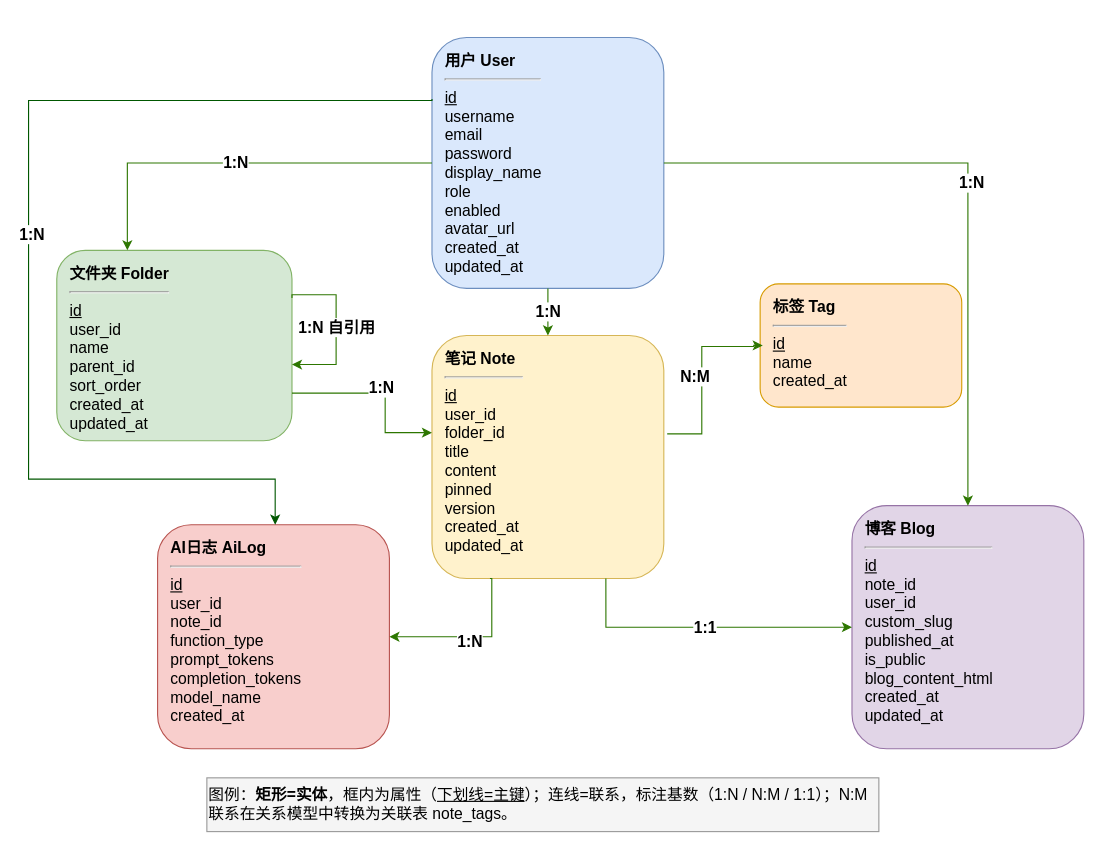
SeekLife0/diagrams keeps this draw.io diagram as E-R图.drawio. Above is the earlier version. Source tidied: cells renumbered, new cells numbered last; positions are measured from the earlier drawing's top-left corner, leaving out a move shared by most shapes. Both pictures are drawn from the tidied source at 112%, with x=0, y=0 at pixel (28, 37).
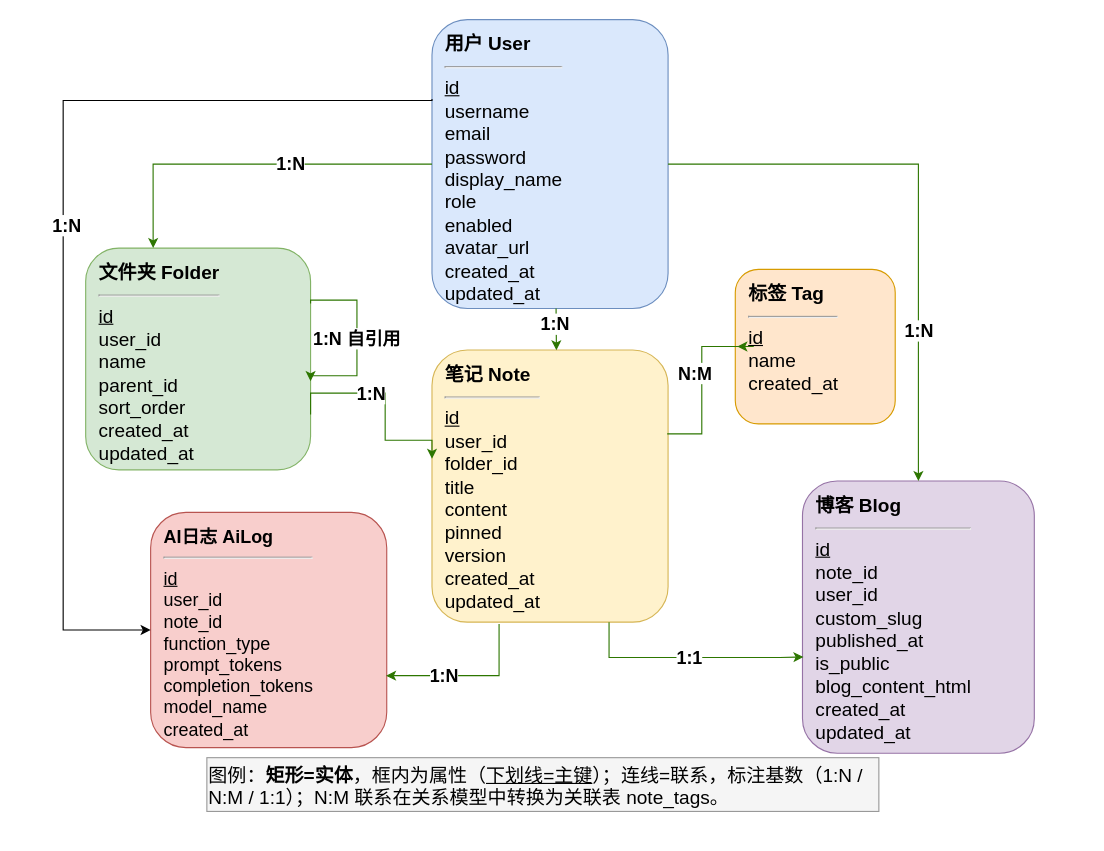
The same diagram, later.

Diff of the diagram source:
```diff
@@
-    <mxCell id="2" value="&lt;b&gt;用户 User&lt;/b&gt;&lt;br&gt;&lt;hr&gt;&lt;u&gt;id&lt;/u&gt;&lt;br&gt;username&lt;br&gt;email&lt;br&gt;password&lt;br&gt;display_name&lt;br&gt;role&lt;br&gt;enabled&lt;br&gt;avatar_url&lt;br&gt;created_at&lt;br&gt;updated_at" style="rounded=1;whiteSpace=wrap;html=1;fillColor=#dae8fc;strokeColor=#6c8ebf;verticalAlign=top;align=left;spacingLeft=10;spacingTop=6;fontSize=14;" parent="1" vertex="1">
-      <mxGeometry x="360.2" width="207" height="224" as="geometry" />
+    <mxCell id="2" value="&lt;b&gt;用户 User&lt;/b&gt;&lt;br&gt;&lt;hr&gt;&lt;u&gt;id&lt;/u&gt;&lt;br&gt;username&lt;br&gt;email&lt;br&gt;password&lt;br&gt;display_name&lt;br&gt;role&lt;br&gt;enabled&lt;br&gt;avatar_url&lt;br&gt;created_at&lt;br&gt;updated_at" style="rounded=1;whiteSpace=wrap;html=1;fillColor=#dae8fc;strokeColor=#6c8ebf;verticalAlign=top;align=left;spacingLeft=10;spacingTop=6;fontSize=17;" parent="1" vertex="1">
+      <mxGeometry x="360.2" y="-16" width="210.8" height="258" as="geometry" />
     </mxCell>
-    <mxCell id="3" value="&lt;b&gt;文件夹 Folder&lt;/b&gt;&lt;br&gt;&lt;hr&gt;&lt;u&gt;id&lt;/u&gt;&lt;br&gt;user_id&lt;br&gt;name&lt;br&gt;parent_id&lt;br&gt;sort_order&lt;br&gt;created_at&lt;br&gt;updated_at" style="rounded=1;whiteSpace=wrap;html=1;fillColor=#d5e8d4;strokeColor=#82b366;verticalAlign=top;align=left;spacingLeft=10;spacingTop=6;fontSize=14;" parent="1" vertex="1">
-      <mxGeometry x="25.2" y="190" width="210" height="170" as="geometry" />
+    <mxCell id="3" value="&lt;b&gt;文件夹 Folder&lt;/b&gt;&lt;br&gt;&lt;hr&gt;&lt;u&gt;id&lt;/u&gt;&lt;br&gt;user_id&lt;br&gt;name&lt;br&gt;parent_id&lt;br&gt;sort_order&lt;br&gt;created_at&lt;br&gt;updated_at" style="rounded=1;whiteSpace=wrap;html=1;fillColor=#d5e8d4;strokeColor=#82b366;verticalAlign=top;align=left;spacingLeft=10;spacingTop=6;fontSize=17;" parent="1" vertex="1">
+      <mxGeometry x="51" y="188" width="200.8" height="198" as="geometry" />
     </mxCell>
-    <mxCell id="4" value="&lt;b&gt;笔记 Note&lt;/b&gt;&lt;br&gt;&lt;hr&gt;&lt;u&gt;id&lt;/u&gt;&lt;br&gt;user_id&lt;br&gt;folder_id&lt;br&gt;title&lt;br&gt;content&lt;br&gt;pinned&lt;br&gt;version&lt;br&gt;created_at&lt;br&gt;updated_at" style="rounded=1;whiteSpace=wrap;html=1;fillColor=#fff2cc;strokeColor=#d6b656;verticalAlign=top;align=left;spacingLeft=10;spacingTop=6;fontSize=14;" parent="1" vertex="1">
-      <mxGeometry x="360.2" y="266" width="207" height="217" as="geometry" />
+    <mxCell id="4" value="&lt;b&gt;笔记 Note&lt;/b&gt;&lt;br&gt;&lt;hr&gt;&lt;u&gt;id&lt;/u&gt;&lt;br&gt;user_id&lt;br&gt;folder_id&lt;br&gt;title&lt;br&gt;content&lt;br&gt;pinned&lt;br&gt;version&lt;br&gt;created_at&lt;br&gt;updated_at" style="rounded=1;whiteSpace=wrap;html=1;fillColor=#fff2cc;strokeColor=#d6b656;verticalAlign=top;align=left;spacingLeft=10;spacingTop=6;fontSize=17;" parent="1" vertex="1">
+      <mxGeometry x="360.2" y="279" width="210.8" height="243" as="geometry" />
     </mxCell>
-    <mxCell id="5" value="&lt;b&gt;标签 Tag&lt;/b&gt;&lt;br&gt;&lt;hr&gt;&lt;u&gt;id&lt;/u&gt;&lt;br&gt;name&lt;br&gt;created_at" style="rounded=1;whiteSpace=wrap;html=1;fillColor=#ffe6cc;strokeColor=#d79b00;verticalAlign=top;align=left;spacingLeft=10;spacingTop=6;fontSize=14;" parent="1" vertex="1">
-      <mxGeometry x="653.2" y="220" width="180" height="110" as="geometry" />
+    <mxCell id="5" value="&lt;b&gt;标签 Tag&lt;/b&gt;&lt;br&gt;&lt;hr&gt;&lt;u&gt;id&lt;/u&gt;&lt;br&gt;name&lt;br&gt;created_at" style="rounded=1;whiteSpace=wrap;html=1;fillColor=#ffe6cc;strokeColor=#d79b00;verticalAlign=top;align=left;spacingLeft=10;spacingTop=6;fontSize=17;" parent="1" vertex="1">
+      <mxGeometry x="631" y="207" width="142.8" height="138" as="geometry" />
     </mxCell>
-    <mxCell id="6" value="&lt;b&gt;博客 Blog&lt;/b&gt;&lt;br&gt;&lt;hr&gt;&lt;u&gt;id&lt;/u&gt;&lt;br&gt;note_id&lt;br&gt;user_id&lt;br&gt;custom_slug&lt;br&gt;published_at&lt;br&gt;is_public&lt;br&gt;blog_content_html&lt;br&gt;created_at&lt;br&gt;updated_at" style="rounded=1;whiteSpace=wrap;html=1;fillColor=#e1d5e7;strokeColor=#9673a6;verticalAlign=top;align=left;spacingLeft=10;spacingTop=6;fontSize=14;" parent="1" vertex="1">
-      <mxGeometry x="735.2" y="418" width="207" height="217" as="geometry" />
+    <mxCell id="6" value="&lt;b&gt;博客 Blog&lt;/b&gt;&lt;br&gt;&lt;hr&gt;&lt;u&gt;id&lt;/u&gt;&lt;br&gt;note_id&lt;br&gt;user_id&lt;br&gt;custom_slug&lt;br&gt;published_at&lt;br&gt;is_public&lt;br&gt;blog_content_html&lt;br&gt;created_at&lt;br&gt;updated_at" style="rounded=1;whiteSpace=wrap;html=1;fillColor=#e1d5e7;strokeColor=#9673a6;verticalAlign=top;align=left;spacingLeft=10;spacingTop=6;fontSize=17;" parent="1" vertex="1">
+      <mxGeometry x="691" y="396" width="207" height="243" as="geometry" />
     </mxCell>
-    <mxCell id="7" value="&lt;b&gt;AI日志 AiLog&lt;/b&gt;&lt;br&gt;&lt;hr&gt;&lt;u&gt;id&lt;/u&gt;&lt;br&gt;user_id&lt;br&gt;note_id&lt;br&gt;function_type&lt;br&gt;prompt_tokens&lt;br&gt;completion_tokens&lt;br&gt;model_name&lt;br&gt;created_at" style="rounded=1;whiteSpace=wrap;html=1;fillColor=#f8cecc;strokeColor=#b85450;verticalAlign=top;align=left;spacingLeft=10;spacingTop=6;fontSize=14;" parent="1" vertex="1">
-      <mxGeometry x="115.2" y="435" width="207" height="200" as="geometry" />
+    <mxCell id="7" value="&lt;b&gt;AI日志 AiLog&lt;/b&gt;&lt;br&gt;&lt;hr&gt;&lt;u&gt;id&lt;/u&gt;&lt;br&gt;user_id&lt;br&gt;note_id&lt;br&gt;function_type&lt;br&gt;prompt_tokens&lt;br&gt;completion_tokens&lt;br&gt;model_name&lt;br&gt;created_at" style="rounded=1;whiteSpace=wrap;html=1;fillColor=#f8cecc;strokeColor=#b85450;verticalAlign=top;align=left;spacingLeft=10;spacingTop=6;fontSize=16;" parent="1" vertex="1">
+      <mxGeometry x="109" y="424" width="210.8" height="210" as="geometry" />
     </mxCell>
-    <mxCell id="8" value="1:N" style="edgeStyle=orthogonalEdgeStyle;rounded=0;jettySize=auto;html=1;fontStyle=1;fontSize=14;labelBackgroundColor=light-dark(#FFFFFF,#FFFFFF);exitX=0;exitY=0.5;exitDx=0;exitDy=0;entryX=0.3;entryY=0;entryDx=0;entryDy=0;fillColor=#60a917;strokeColor=#2D7600;fontColor=light-dark(#000000,#000000);" parent="1" edge="1" source="2" target="3">
-      <mxGeometry relative="1" as="geometry">
+    <mxCell id="8" value="1:N" style="edgeStyle=orthogonalEdgeStyle;rounded=0;jettySize=auto;html=1;fontStyle=1;fontSize=16;labelBackgroundColor=light-dark(#FFFFFF,#FFFFFF);exitX=0;exitY=0.5;exitDx=0;exitDy=0;entryX=0.3;entryY=0;entryDx=0;entryDy=0;fillColor=#60a917;strokeColor=light-dark(#2D7600,#000000);fontColor=light-dark(#000000,#000000);" parent="1" edge="1" source="2" target="3">
+      <mxGeometry x="-0.22" relative="1" as="geometry">
         <Array as="points">
-          <mxPoint x="88.2" y="112.1" />
+          <mxPoint x="360.2" y="112.1" />
+          <mxPoint x="111.2" y="112.1" />
         </Array>
       </mxGeometry>
     </mxCell>
-    <mxCell id="9" value="1:N" style="edgeStyle=orthogonalEdgeStyle;rounded=0;jettySize=auto;html=1;fontStyle=1;fontSize=14;labelBackgroundColor=light-dark(#FFFFFF,#FFFFFF);exitX=0.5;exitY=1;exitDx=0;exitDy=0;entryX=0.5;entryY=0;entryDx=0;entryDy=0;fillColor=#60a917;strokeColor=#2D7600;fontColor=light-dark(#000000,#000000);" parent="1" edge="1" source="2" target="4">
-      <mxGeometry relative="1" as="geometry">
+    <mxCell id="9" value="1:N" style="edgeStyle=orthogonalEdgeStyle;rounded=0;orthogonalLoop=1;jettySize=auto;html=1;fontStyle=1;fontSize=16;labelBackgroundColor=light-dark(#FFFFFF,#FFFFFF);fillColor=#60a917;strokeColor=light-dark(#2D7600,#000000);fontColor=light-dark(#000000,#000000);" parent="1" edge="1">
+      <mxGeometry x="-0.01" y="-1" relative="1" as="geometry">
+        <mxPoint x="471" y="251.1" as="sourcePoint" />
+        <mxPoint x="471.3" y="279.3" as="targetPoint" />
         <Array as="points">
-          <mxPoint x="463.7" y="230.4" />
-          <mxPoint x="463.7" y="230.4" />
+          <mxPoint x="471" y="242" />
         </Array>
       </mxGeometry>
     </mxCell>
-    <mxCell id="10" value="1:N" style="edgeStyle=orthogonalEdgeStyle;rounded=0;jettySize=auto;html=1;fontStyle=1;fontSize=14;labelBackgroundColor=light-dark(#FFFFFF,#FFFFFF);entryX=0.5;entryY=0;entryDx=0;entryDy=0;exitX=1;exitY=0.5;exitDx=0;exitDy=0;fillColor=#60a917;strokeColor=#2D7600;fontColor=light-dark(#000000,#000000);" parent="1" edge="1" source="2" target="6">
-      <mxGeometry y="3" relative="1" as="geometry" />
+    <mxCell id="10" value="1:N" style="edgeStyle=orthogonalEdgeStyle;rounded=0;jettySize=auto;html=1;fontStyle=1;fontSize=16;labelBackgroundColor=light-dark(#FFFFFF,#FFFFFF);entryX=0.5;entryY=0;entryDx=0;entryDy=0;exitX=1;exitY=0.5;exitDx=0;exitDy=0;fillColor=#60a917;strokeColor=light-dark(#2D7600,#000000);fontColor=light-dark(#000000,#000000);" parent="1" edge="1" source="2" target="6">
+      <mxGeometry x="0.47" relative="1" as="geometry" />
     </mxCell>
-    <mxCell id="11" value="1:N" style="edgeStyle=orthogonalEdgeStyle;rounded=0;orthogonalLoop=1;jettySize=auto;html=1;fontStyle=1;fontSize=14;labelBackgroundColor=light-dark(#FFFFFF,#FFFFFF);exitX=0;exitY=0.25;exitDx=0;exitDy=0;entryX=0.5;entryY=0;entryDx=0;entryDy=0;fillColor=#008a00;strokeColor=#005700;fontColor=light-dark(#000000,#000000);" parent="1" edge="1">
+    <mxCell id="11" value="1:N" style="edgeStyle=orthogonalEdgeStyle;rounded=0;jettySize=auto;html=1;fontStyle=1;fontSize=16;labelBackgroundColor=light-dark(#FFFFFF,#FFFFFF);exitX=0;exitY=0.25;exitDx=0;exitDy=0;fontColor=light-dark(#000000,#000000);strokeColor=light-dark(#000000,#000000);entryX=0;entryY=0.5;entryDx=0;entryDy=0;" parent="1" edge="1" target="7">
       <mxGeometry y="3" relative="1" as="geometry">
         <mxPoint x="360.2" y="55" as="sourcePoint" />
-        <mxPoint x="220.2" y="435" as="targetPoint" />
         <Array as="points">
           <mxPoint x="360.2" y="56.2" />
-          <mxPoint y="56.2" />
-          <mxPoint y="394.3" />
-          <mxPoint x="220.2" y="394.3" />
+          <mxPoint x="30.9" y="56.2" />
+          <mxPoint x="30.9" y="529" />
         </Array>
         <mxPoint y="1" as="offset" />
       </mxGeometry>
     </mxCell>
-    <mxCell id="12" value="1:N" style="edgeStyle=orthogonalEdgeStyle;rounded=0;jettySize=auto;html=1;fontStyle=1;fontSize=14;labelBackgroundColor=light-dark(#FFFFFF,#FFFFFF);exitX=1;exitY=0.75;exitDx=0;exitDy=0;entryX=0;entryY=0.4;entryDx=0;entryDy=0;fillColor=#60a917;strokeColor=#2D7600;fontColor=light-dark(#000000,#000000);" parent="1" edge="1" source="3" target="4">
-      <mxGeometry y="5" relative="1" as="geometry">
+    <mxCell id="12" value="1:N" style="edgeStyle=orthogonalEdgeStyle;rounded=0;jettySize=auto;html=1;fontStyle=1;fontSize=16;labelBackgroundColor=light-dark(#FFFFFF,#FFFFFF);exitX=1;exitY=0.75;exitDx=0;exitDy=0;entryX=0;entryY=0.4;entryDx=0;entryDy=0;fillColor=#60a917;strokeColor=light-dark(#2D7600,#000000);fontColor=light-dark(#000000,#000000);" parent="1" edge="1" source="3" target="4">
+      <mxGeometry x="-0.22" relative="1" as="geometry">
         <Array as="points">
+          <mxPoint x="251.8" y="317.5" />
           <mxPoint x="318.4" y="317.5" />
-          <mxPoint x="318.4" y="352.8" />
+          <mxPoint x="318.4" y="359.6" />
         </Array>
       </mxGeometry>
     </mxCell>
-    <mxCell id="13" value="N:M" style="edgeStyle=orthogonalEdgeStyle;rounded=0;jettySize=auto;html=1;fontStyle=1;fontSize=14;labelBackgroundColor=light-dark(#FFFFFF,#FFFFFF);entryX=0.013;entryY=0.499;entryDx=0;entryDy=0;entryPerimeter=0;fillColor=#60a917;strokeColor=#2D7600;fontColor=light-dark(#000000,#000000);" parent="1" edge="1" target="5">
+    <mxCell id="13" value="N:M" style="edgeStyle=orthogonalEdgeStyle;rounded=0;jettySize=auto;html=1;fontStyle=1;fontSize=16;labelBackgroundColor=light-dark(#FFFFFF,#FFFFFF);entryX=0.013;entryY=0.499;entryDx=0;entryDy=0;entryPerimeter=0;fillColor=#60a917;strokeColor=light-dark(#2D7600,#000000);fontColor=light-dark(#000000,#000000);" parent="1" edge="1" target="5">
       <mxGeometry x="-0.01" y="6" relative="1" as="geometry">
         <mxPoint x="570.2" y="353.9" as="sourcePoint" />
         <Array as="points">
           <mxPoint x="601.1" y="353.9" />
           <mxPoint x="601.1" y="275.9" />
           <mxPoint x="647.5" y="275.9" />
         </Array>
         <mxPoint y="-1" as="offset" />
       </mxGeometry>
     </mxCell>
-    <mxCell id="14" value="1:1" style="edgeStyle=orthogonalEdgeStyle;rounded=0;jettySize=auto;html=1;fontStyle=1;fontSize=14;labelBackgroundColor=light-dark(#FFFFFF,#FFFFFF);exitX=0.75;exitY=1;exitDx=0;exitDy=0;entryX=0;entryY=0.5;entryDx=0;entryDy=0;fillColor=#60a917;strokeColor=#2D7600;fontColor=light-dark(#000000,#000000);" parent="1" edge="1" source="4" target="6">
+    <mxCell id="14" value="1:1" style="edgeStyle=orthogonalEdgeStyle;rounded=0;jettySize=auto;html=1;fontStyle=1;fontSize=16;labelBackgroundColor=light-dark(#FFFFFF,#FFFFFF);exitX=0.75;exitY=1;exitDx=0;exitDy=0;fillColor=#60a917;strokeColor=light-dark(#2D7600,#000000);fontColor=light-dark(#000000,#000000);" parent="1" edge="1" source="4">
       <mxGeometry relative="1" as="geometry">
+        <mxPoint x="691.9" y="553" as="targetPoint" />
         <Array as="points">
-          <mxPoint x="515.5" y="526.5" />
+          <mxPoint x="518.3" y="553.6" />
+          <mxPoint x="670.9" y="553.6" />
+          <mxPoint x="691" y="553" />
         </Array>
       </mxGeometry>
     </mxCell>
-    <mxCell id="15" value="1:N" style="edgeStyle=orthogonalEdgeStyle;rounded=0;jettySize=auto;html=1;fontStyle=1;fontSize=14;labelBackgroundColor=light-dark(#FFFFFF,#FFFFFF);exitX=0.25;exitY=1;exitDx=0;exitDy=0;entryX=1;entryY=0.5;entryDx=0;entryDy=0;fillColor=#60a917;strokeColor=#2D7600;fontColor=light-dark(#000000,#000000);" parent="1" edge="1" source="4" target="7">
-      <mxGeometry x="0.01" y="5" relative="1" as="geometry">
+    <mxCell id="15" value="1:N" style="edgeStyle=orthogonalEdgeStyle;rounded=0;jettySize=auto;html=1;fontStyle=1;fontSize=16;labelBackgroundColor=light-dark(#FFFFFF,#FFFFFF);fillColor=#60a917;strokeColor=light-dark(#2D7600,#000000);fontColor=light-dark(#000000,#000000);entryX=0.997;entryY=0.694;entryDx=0;entryDy=0;entryPerimeter=0;" parent="1" edge="1" target="7">
+      <mxGeometry x="0.29" relative="1" as="geometry">
+        <mxPoint x="420.1" y="523.7" as="sourcePoint" />
         <Array as="points">
-          <mxPoint x="413.6" y="483" />
-          <mxPoint x="413.6" y="535" />
+          <mxPoint x="420.1" y="569.7" />
         </Array>
       </mxGeometry>
     </mxCell>
-    <mxCell id="16" value="1:N 自引用" style="edgeStyle=orthogonalEdgeStyle;rounded=0;orthogonalLoop=1;jettySize=auto;html=1;fontStyle=1;fontSize=14;labelBackgroundColor=light-dark(#FFFFFF,#FFFFFF);exitX=1;exitY=0.25;exitDx=0;exitDy=0;entryX=1;entryY=0.6;entryDx=0;entryDy=0;innerLoopWaypoints=1;fillColor=#60a917;strokeColor=#2D7600;fontColor=light-dark(#000000,#000000);" parent="1" edge="1" source="3" target="3">
+    <mxCell id="16" value="1:N 自引用" style="edgeStyle=orthogonalEdgeStyle;rounded=0;orthogonalLoop=1;jettySize=auto;html=1;fontStyle=1;fontSize=16;labelBackgroundColor=light-dark(#FFFFFF,#FFFFFF);exitX=1;exitY=0.25;exitDx=0;exitDy=0;entryX=1;entryY=0.6;entryDx=0;entryDy=0;innerLoopWaypoints=1;fillColor=#60a917;strokeColor=light-dark(#2D7600,#000000);fontColor=light-dark(#000000,#000000);" parent="1" edge="1" source="3" target="3">
       <mxGeometry relative="1" as="geometry">
         <Array as="points">
-          <mxPoint x="235.2" y="229.7" />
-          <mxPoint x="274.6" y="229.7" />
-          <mxPoint x="274.6" y="292" />
+          <mxPoint x="251.8" y="234.5" />
+          <mxPoint x="293.2" y="234.5" />
+          <mxPoint x="293.2" y="302" />
         </Array>
       </mxGeometry>
     </mxCell>
-    <mxCell id="17" value="图例：&lt;b&gt;矩形=实体&lt;/b&gt;，框内为属性（&lt;u&gt;下划线=主键&lt;/u&gt;）；连线=联系，标注基数（1:N / N:M / 1:1）；N:M 联系在关系模型中转换为关联表 note_tags。" style="text;html=1;align=left;verticalAlign=top;whiteSpace=wrap;rounded=0;fontSize=14;fillColor=#f5f5f5;strokeColor=#999999;" parent="1" vertex="1">
-      <mxGeometry x="159.2" y="661" width="600" height="48" as="geometry" />
+    <mxCell id="17" value="图例：&lt;b&gt;矩形=实体&lt;/b&gt;，框内为属性（&lt;u&gt;下划线=主键&lt;/u&gt;）；连线=联系，标注基数（1:N / N:M / 1:1）；N:M 联系在关系模型中转换为关联表 note_tags。" style="text;html=1;align=left;verticalAlign=top;whiteSpace=wrap;rounded=0;fontSize=17;fillColor=#f5f5f5;strokeColor=#999999;" parent="1" vertex="1">
+      <mxGeometry x="159.2" y="643" width="600" height="48" as="geometry" />
     </mxCell>
```
